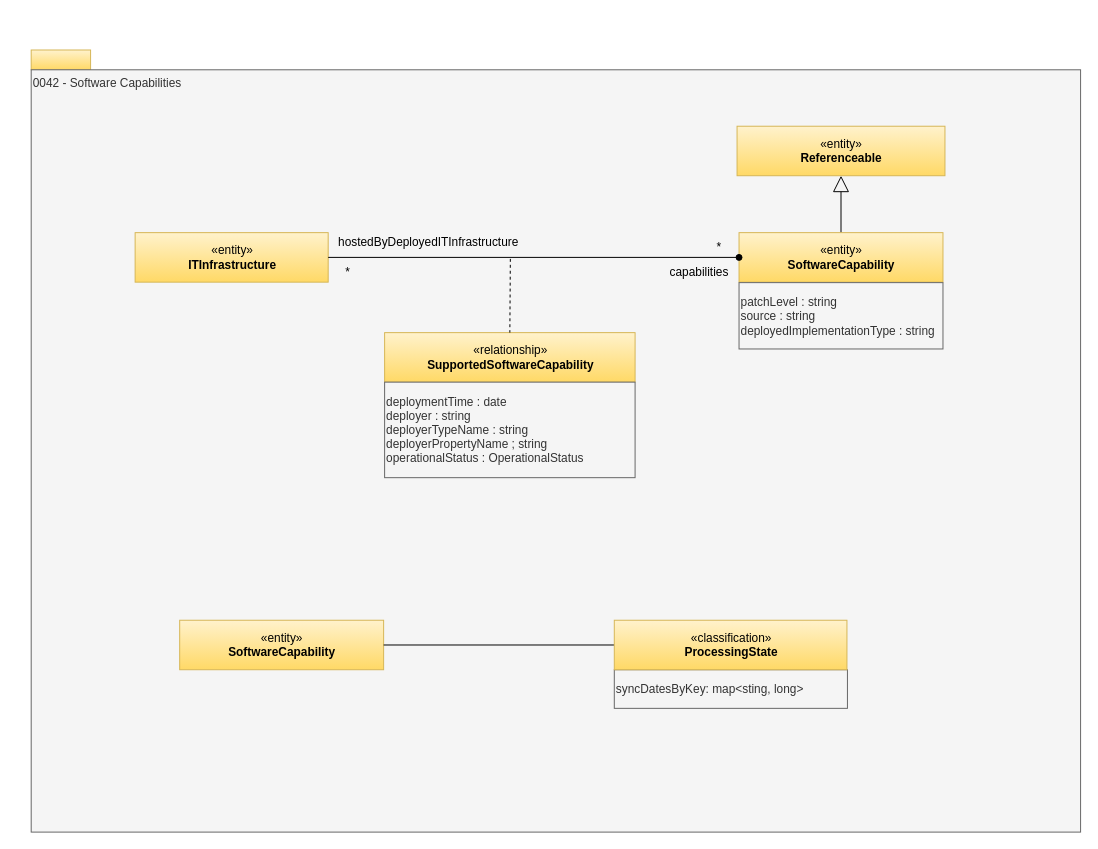
The draw.io diagram page "0042-Software-Capabilities" (24 of 31) of site/docs/types/0/area-0-basic-types-and-infrastructure.drawio in odpi/egeria-docs, before the edit. Source tidied: cells renumbered, new cells numbered last; positions are measured from the earlier drawing's top-left corner, leaving out a move shared by most shapes. Both pictures are drawn from the tidied source at 99%, with x=0, y=0 at pixel (31, 50).
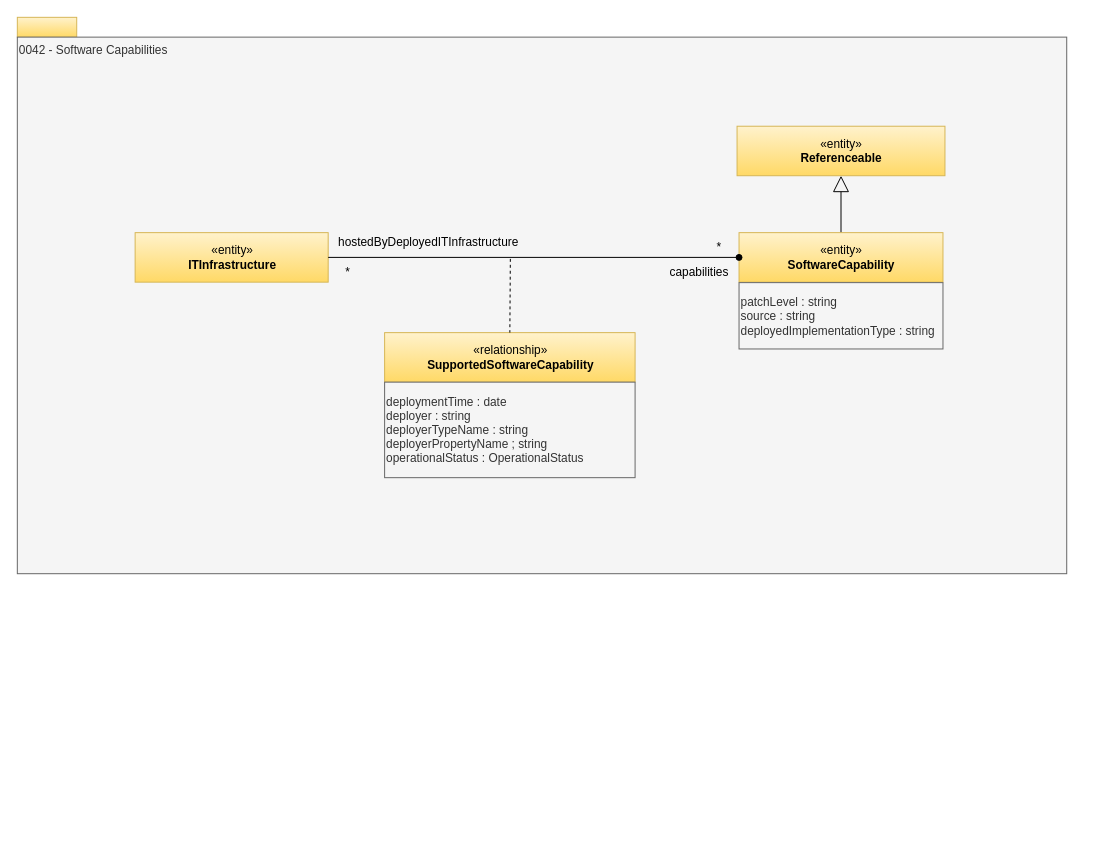
The same diagram, later.

What changed in the source:
```diff
@@
     <mxCell id="2" style="rounded=0;whiteSpace=wrap;html=1;align=left;fillColor=#fff2cc;strokeColor=#d6b656;gradientColor=#ffd966;" parent="1" vertex="1">
-      <mxGeometry width="60" height="20" as="geometry" />
+      <mxGeometry x="-14" y="-33" width="60" height="20" as="geometry" />
     </mxCell>
     <mxCell id="3" value="0042 - Software Capabilities" style="rounded=0;whiteSpace=wrap;html=1;align=left;verticalAlign=top;fillColor=#f5f5f5;fontColor=#333333;strokeColor=#666666;" parent="1" vertex="1">
-      <mxGeometry y="20" width="1060" height="770" as="geometry" />
+      <mxGeometry x="-14" y="-13" width="1060" height="542" as="geometry" />
     </mxCell>
@@
-    <mxCell id="17" value="«entity»&lt;br&gt;&lt;b&gt;SoftwareCapability&lt;/b&gt;" style="html=1;strokeColor=#d6b656;align=center;fillColor=#fff2cc;gradientColor=#ffd966;" parent="1" vertex="1">
-      <mxGeometry x="150" y="576" width="206" height="50" as="geometry" />
-    </mxCell>
-    <mxCell id="18" style="edgeStyle=orthogonalEdgeStyle;rounded=0;jettySize=auto;html=1;endArrow=none;endFill=0;exitX=0;exitY=0.5;exitDx=0;exitDy=0;" parent="1" edge="1" source="20" target="17">
-      <mxGeometry relative="1" as="geometry" />
-    </mxCell>
-    <mxCell id="19" value="syncDatesByKey: map&amp;lt;sting, long&amp;gt;" style="rounded=0;whiteSpace=wrap;html=1;strokeColor=#666666;align=left;fillColor=#f5f5f5;fontColor=#333333;" parent="1" vertex="1">
-      <mxGeometry x="589" y="626" width="235.5" height="39" as="geometry" />
-    </mxCell>
-    <mxCell id="20" value="«classification»&lt;br&gt;&lt;b&gt;ProcessingState&lt;/b&gt;" style="html=1;strokeColor=#d6b656;align=center;fillColor=#fff2cc;gradientColor=#ffd966;" parent="1" vertex="1">
-      <mxGeometry x="589" y="576" width="235" height="50" as="geometry" />
-    </mxCell>
```
